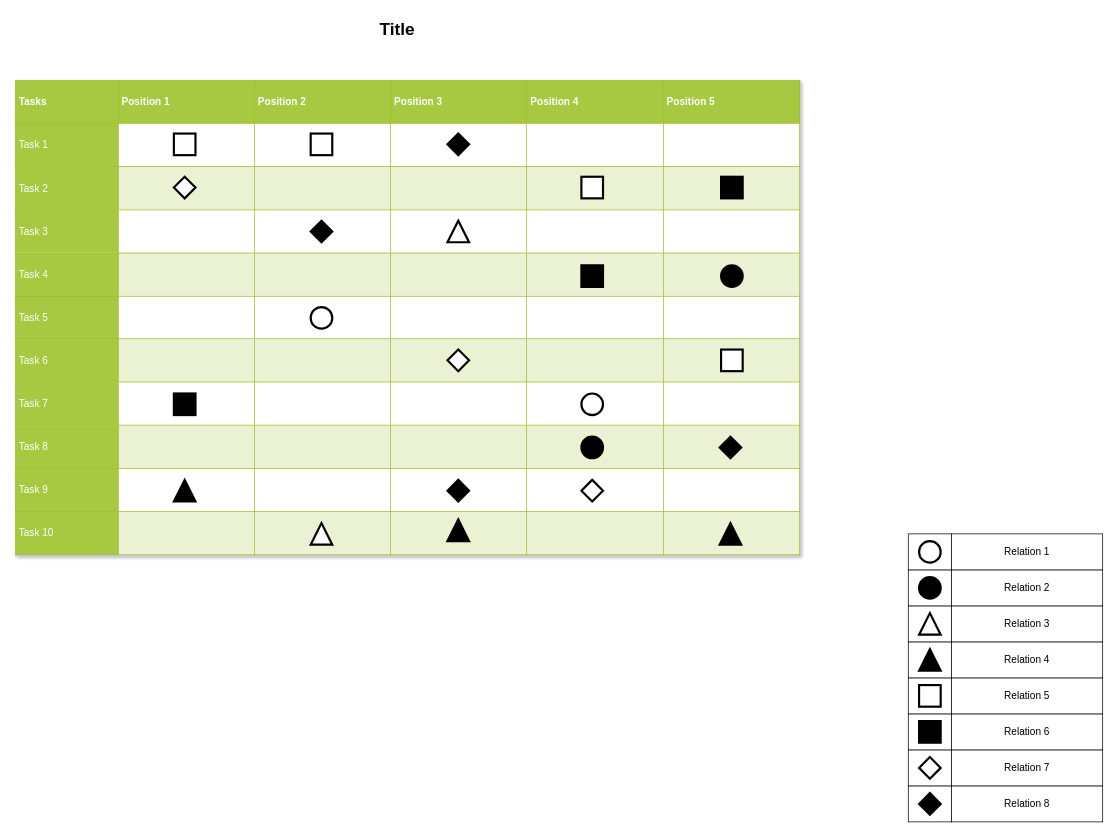
Earlier version of the draw.io diagram Untitled Diagram.drawio (liwendiao123/aibook). Source tidied: cells renumbered, new cells numbered last; positions are measured from the earlier drawing's top-left corner, leaving out a move shared by most shapes. Both pictures are drawn from the tidied source at 72%, with x=0, y=0 at pixel (15, 15).
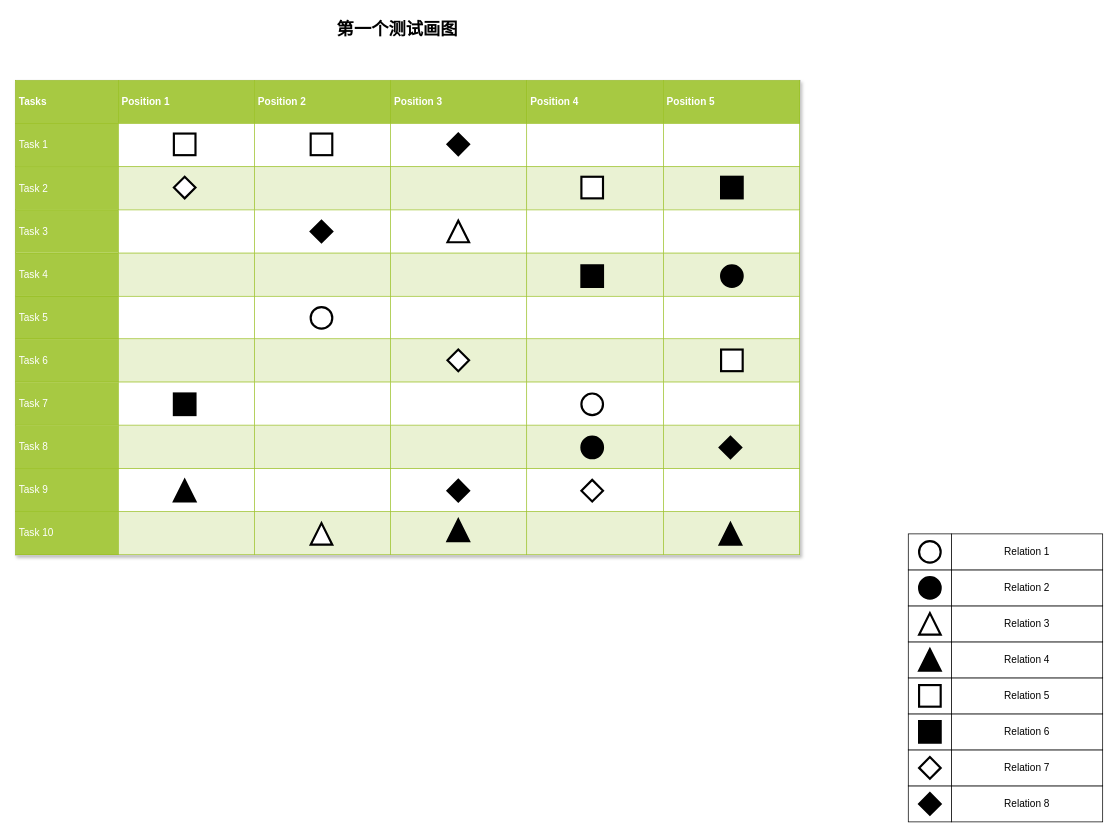
The same diagram, later.

The edit, as a diff of the source:
```diff
@@
-    <mxCell id="20" value="Title" style="text;strokeColor=none;fillColor=none;html=1;fontSize=24;fontStyle=1;verticalAlign=middle;align=center;rounded=0;shadow=1;" parent="1" vertex="1">
+    <mxCell id="20" value="第一个测试画图" style="text;strokeColor=none;fillColor=none;html=1;fontSize=24;fontStyle=1;verticalAlign=middle;align=center;rounded=0;shadow=1;" parent="1" vertex="1">
       <mxGeometry x="140" width="780" height="40" as="geometry" />
     </mxCell>
```
